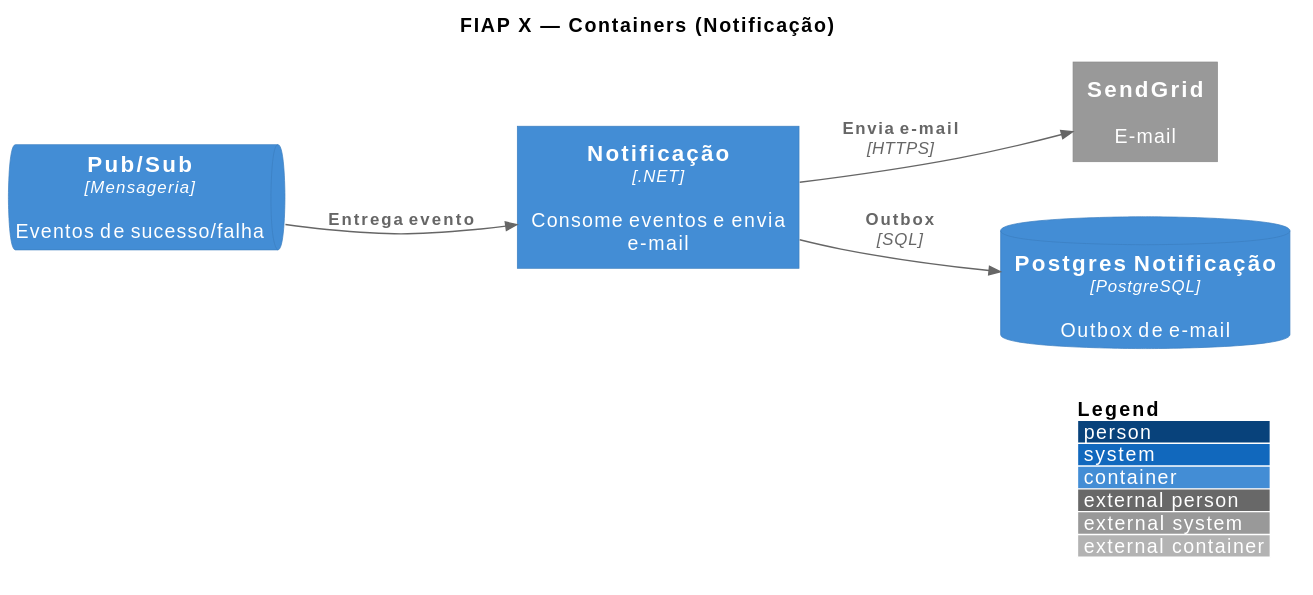
The PlantUML diagram arquitetura/05_containers-notificacao.svg in fiap-x-vcosta/docs, before a commit.
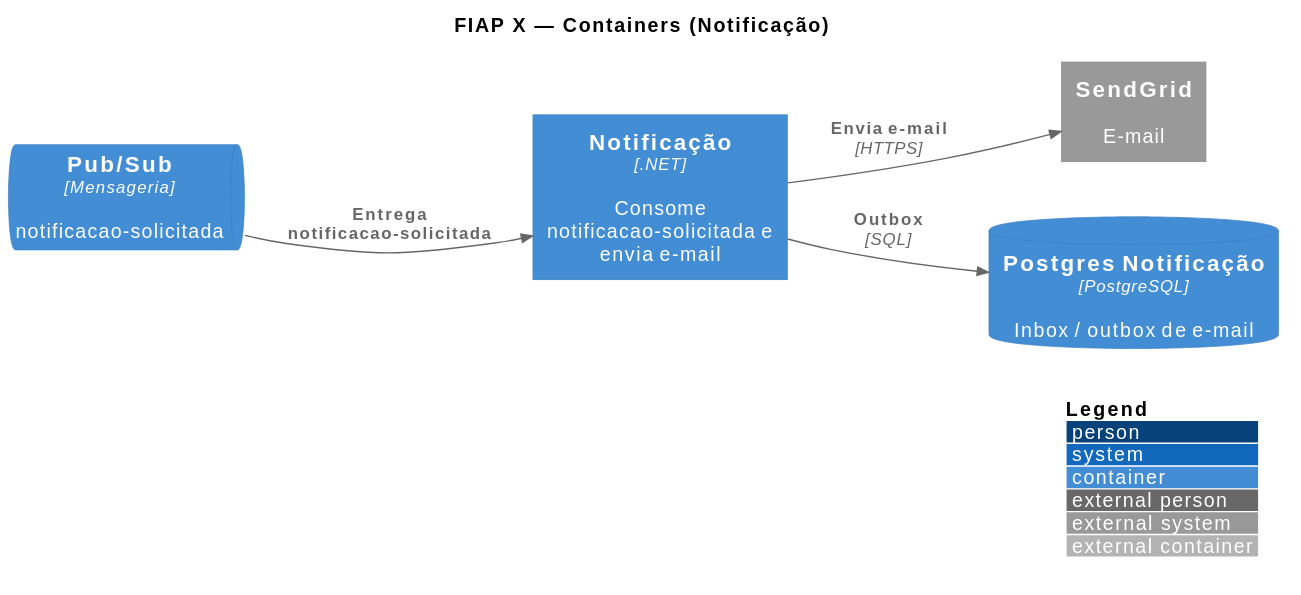
Above is the later version.

Change to the diagram source:
```diff
@@ -6,12 +6,12 @@
 
 title FIAP X — Containers (Notificação)
 
-ContainerQueue(pubsub, "Pub/Sub", "Mensageria", "Eventos de sucesso/falha")
-Container(notif, "Notificação", ".NET", "Consome eventos e envia e-mail")
-ContainerDb(pgNotif, "Postgres Notificação", "PostgreSQL", "Outbox de e-mail")
+ContainerQueue(pubsub, "Pub/Sub", "Mensageria", "notificacao-solicitada")
+Container(notif, "Notificação", ".NET", "Consome notificacao-solicitada e envia e-mail")
+ContainerDb(pgNotif, "Postgres Notificação", "PostgreSQL", "Inbox / outbox de e-mail")
 System_Ext(sendgrid, "SendGrid", "E-mail")
 
-Rel(pubsub, notif, "Entrega evento")
+Rel(pubsub, notif, "Entrega notificacao-solicitada")
 Rel(notif, pgNotif, "Outbox", "SQL")
 Rel(notif, sendgrid, "Envia e-mail", "HTTPS")
 
```
